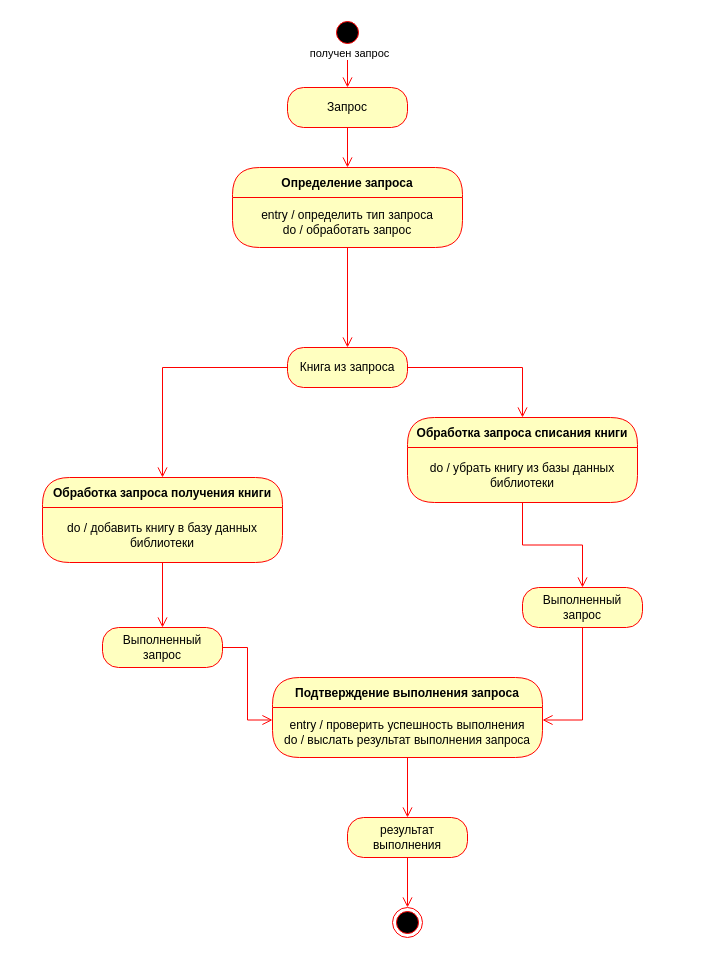
Earlier version of the draw.io diagram Шестая практика.drawio (sergkhr/VUZsystemModeling). Source tidied: cells renumbered, new cells numbered last; positions are measured from the earlier drawing's top-left corner, leaving out a move shared by most shapes. Both pictures are drawn from the tidied source at 100%, with x=0, y=0 at pixel (42, 17).
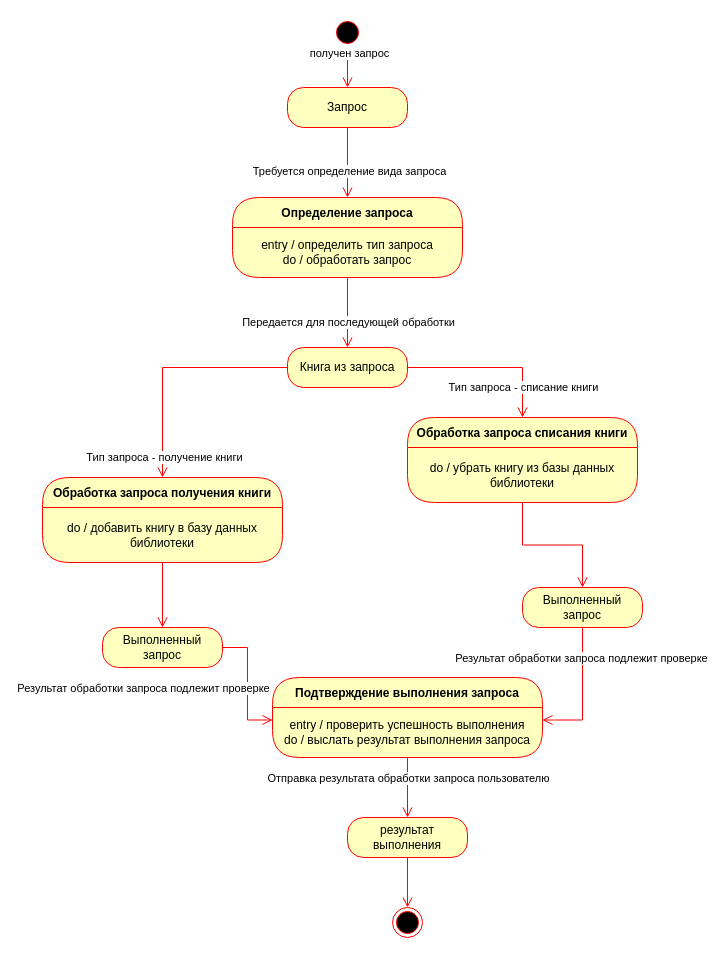
The same page after the edit.

The change refers to these unchanged cells:
```xml
<mxCell id="6" style="edgeStyle=orthogonalEdgeStyle;html=1;verticalAlign=bottom;endArrow=open;endSize=8;strokeColor=#ff0000;rounded=0;entryX=0.5;entryY=0;entryDx=0;entryDy=0;" parent="1" edge="1" source="5" target="7">
  <mxGeometry relative="1" as="geometry" />
</mxCell>
<mxCell id="13" style="edgeStyle=orthogonalEdgeStyle;html=1;verticalAlign=bottom;endArrow=open;endSize=8;strokeColor=#ff0000;rounded=0;entryX=0.5;entryY=0;entryDx=0;entryDy=0;" parent="1" edge="1" source="12" target="9">
  <mxGeometry relative="1" as="geometry" />
</mxCell>
<mxCell id="17" style="edgeStyle=orthogonalEdgeStyle;html=1;verticalAlign=bottom;endArrow=open;endSize=8;strokeColor=#ff0000;rounded=0;entryX=0.5;entryY=0;entryDx=0;entryDy=0;exitX=1;exitY=0.5;exitDx=0;exitDy=0;" parent="1" edge="1" source="12" target="14">
  <mxGeometry relative="1" as="geometry" />
</mxCell>
<mxCell id="19" style="edgeStyle=orthogonalEdgeStyle;html=1;verticalAlign=bottom;endArrow=open;endSize=8;strokeColor=#ff0000;rounded=0;entryX=0;entryY=0.25;entryDx=0;entryDy=0;" parent="1" edge="1" source="18" target="21">
  <mxGeometry relative="1" as="geometry" />
</mxCell>
<mxCell id="22" style="edgeStyle=orthogonalEdgeStyle;html=1;verticalAlign=bottom;endArrow=open;endSize=8;strokeColor=#ff0000;rounded=0;entryX=0.5;entryY=0;entryDx=0;entryDy=0;" parent="1" edge="1" source="20" target="25">
  <mxGeometry relative="1" as="geometry" />
</mxCell>
<mxCell id="24" style="edgeStyle=orthogonalEdgeStyle;html=1;verticalAlign=bottom;endArrow=open;endSize=8;strokeColor=#ff0000;rounded=0;entryX=1;entryY=0.25;entryDx=0;entryDy=0;exitX=0.5;exitY=1;exitDx=0;exitDy=0;" parent="1" edge="1" source="23" target="21">
  <mxGeometry relative="1" as="geometry" />
</mxCell>
<mxCell id="28" style="edgeStyle=orthogonalEdgeStyle;html=1;verticalAlign=bottom;endArrow=open;endSize=8;strokeColor=#ff0000;rounded=0;entryX=0.5;entryY=0;entryDx=0;entryDy=0;exitX=0.5;exitY=1;exitDx=0;exitDy=0;" parent="1" edge="1" source="8" target="12">
  <mxGeometry relative="1" as="geometry" />
</mxCell>
```

The edit, as a diff of the source:
```diff
@@
+    <mxCell id="29" value="Требуется определение вида запроса" style="edgeLabel;html=1;align=center;verticalAlign=middle;" parent="6" vertex="1">
+      <mxGeometry x="0.22" y="1" relative="1" as="geometry" />
+    </mxCell>
     <mxCell id="7" value="Определение запроса" style="swimlane;fontStyle=1;align=center;verticalAlign=middle;horizontal=1;startSize=30;fontColor=#000000;rounded=1;arcSize=30;strokeColor=#ff0000;fillColor=#ffffc0;swimlaneFillColor=#ffffc0;" parent="1" vertex="1">
-      <mxGeometry x="190" y="150" width="230" height="80" as="geometry" />
+      <mxGeometry x="190" y="180" width="230" height="80" as="geometry" />
     </mxCell>
@@
+    <mxCell id="30" value="Тип запроса - получение книги" style="edgeLabel;html=1;align=center;verticalAlign=middle;" parent="13" vertex="1">
+      <mxGeometry x="0.82" y="1" relative="1" as="geometry" />
+    </mxCell>
@@
+    <mxCell id="31" value="Тип запроса - списание книги" style="edgeLabel;html=1;align=center;verticalAlign=middle;" parent="17" vertex="1">
+      <mxGeometry x="0.63" relative="1" as="geometry" />
+    </mxCell>
@@
+    <mxCell id="32" value="Результат обработки запроса подлежит проверке" style="edgeLabel;html=1;align=center;verticalAlign=middle;" parent="19" vertex="1">
+      <mxGeometry x="-0.46" y="1" relative="1" as="geometry">
+        <mxPoint x="-106" y="32" as="offset" />
+      </mxGeometry>
+    </mxCell>
@@
+    <mxCell id="33" value="Отправка результата обработки запроса пользователю" style="edgeLabel;html=1;align=center;verticalAlign=middle;" parent="22" vertex="1">
+      <mxGeometry x="-0.35" relative="1" as="geometry" />
+    </mxCell>
@@
+    <mxCell id="34" value="Результат обработки запроса подлежит проверке" style="edgeLabel;html=1;align=center;verticalAlign=middle;" parent="24" vertex="1">
+      <mxGeometry x="0.04" y="-2" relative="1" as="geometry">
+        <mxPoint y="-39" as="offset" />
+      </mxGeometry>
+    </mxCell>
@@
+    <mxCell id="35" value="Передается для последующей обработки" style="edgeLabel;html=1;align=center;verticalAlign=middle;" parent="28" vertex="1">
+      <mxGeometry x="0.27" relative="1" as="geometry" />
+    </mxCell>
```
